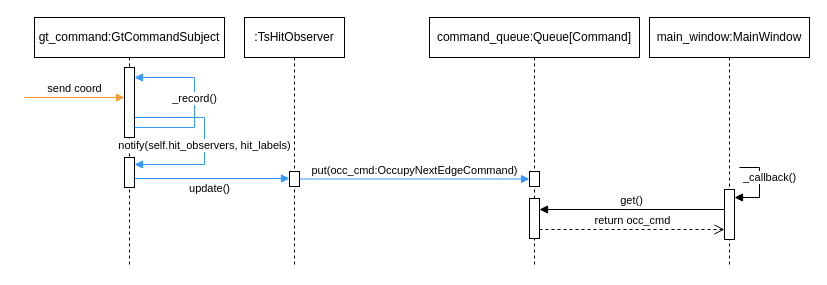
pascalreiss/draw_io_stuff keeps this draw.io diagram as procedural/trainswitch_hit.drawio. Above is the earlier version. Source tidied: cells renumbered, new cells numbered last; positions are measured from the earlier drawing's top-left corner, leaving out a move shared by most shapes. Both pictures are drawn from the tidied source at 100%, with x=0, y=0 at pixel (24, 17).
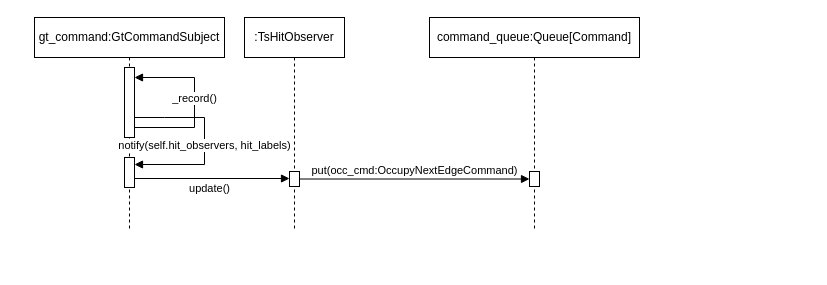
The same page after the edit.

Unchanged cells that the change refers to:
```xml
<mxCell id="3" style="html=1;points=[[0,0,0,0,5],[0,1,0,0,-5],[1,0,0,0,5],[1,1,0,0,-5]];perimeter=orthogonalPerimeter;outlineConnect=0;targetShapes=umlLifeline;portConstraint=eastwest;newEdgeStyle={&quot;curved&quot;:0,&quot;rounded&quot;:0};" parent="2" vertex="1">
  <mxGeometry x="90" y="50" width="10" height="70" as="geometry" />
</mxCell>
<mxCell id="8" style="html=1;points=[[0,0,0,0,5],[0,1,0,0,-5],[1,0,0,0,5],[1,1,0,0,-5]];perimeter=orthogonalPerimeter;outlineConnect=0;targetShapes=umlLifeline;portConstraint=eastwest;newEdgeStyle={&quot;curved&quot;:0,&quot;rounded&quot;:0};" parent="7" vertex="1">
  <mxGeometry x="45" y="154" width="10" height="15" as="geometry" />
</mxCell>
<mxCell id="11" style="html=1;points=[[0,0,0,0,5],[0,1,0,0,-5],[1,0,0,0,5],[1,1,0,0,-5]];perimeter=orthogonalPerimeter;outlineConnect=0;targetShapes=umlLifeline;portConstraint=eastwest;newEdgeStyle={&quot;curved&quot;:0,&quot;rounded&quot;:0};" parent="10" vertex="1">
  <mxGeometry x="100" y="154" width="10" height="15" as="geometry" />
</mxCell>
```

The edit, as a diff of the source:
```diff
@@
     <mxCell id="2" value="gt_command:GtCommandSubject" style="shape=umlLifeline;perimeter=lifelinePerimeter;whiteSpace=wrap;html=1;newEdgeStyle={&quot;curved&quot;:0,&quot;rounded&quot;:0};" parent="1" vertex="1">
-      <mxGeometry x="10" width="190" height="250" as="geometry" />
+      <mxGeometry x="10" width="190" height="212" as="geometry" />
     </mxCell>
@@
-    <mxCell id="4" value="_record()" style="html=1;verticalAlign=bottom;endArrow=block;curved=0;rounded=0;strokeColor=#3399FF;" parent="2" edge="1" source="3" target="3">
+    <mxCell id="4" value="_record()" style="html=1;verticalAlign=bottom;endArrow=block;curved=0;rounded=0;strokeColor=#000000;" parent="2" edge="1" source="3" target="3">
       <mxGeometry x="-0.06" relative="1" as="geometry">
         <Array as="points">
           <mxPoint x="160" y="110" />
           <mxPoint x="160" y="60" />
         </Array>
       </mxGeometry>
     </mxCell>
@@
-    <mxCell id="6" value="notify(self.hit_observers, hit_labels)" style="html=1;verticalAlign=bottom;endArrow=block;curved=0;rounded=0;strokeColor=#3399FF;" parent="2" edge="1" source="3">
+    <mxCell id="6" value="notify(self.hit_observers, hit_labels)" style="html=1;verticalAlign=bottom;endArrow=block;curved=0;rounded=0;strokeColor=#000000;" parent="2" edge="1" source="3">
       <mxGeometry x="0.14" relative="1" as="geometry">
         <mxPoint x="100" y="147" as="targetPoint" />
         <Array as="points">
           <mxPoint x="130" y="100" />
           <mxPoint x="170" y="100" />
           <mxPoint x="170" y="147" />
         </Array>
       </mxGeometry>
     </mxCell>
     <mxCell id="7" value=":TsHitObserver" style="shape=umlLifeline;whiteSpace=wrap;html=1;newEdgeStyle={&quot;curved&quot;:0,&quot;rounded&quot;:0};perimeter=rectanglePerimeter;targetShapes=umlLifeline;participant=label;" parent="1" vertex="1">
-      <mxGeometry x="220" width="100" height="250" as="geometry" />
+      <mxGeometry x="220" width="100" height="212" as="geometry" />
     </mxCell>
@@
-    <mxCell id="9" value="update()" style="html=1;verticalAlign=bottom;endArrow=block;curved=0;rounded=0;strokeColor=#3399FF;" parent="1" edge="1" target="8">
+    <mxCell id="9" value="update()" style="html=1;verticalAlign=bottom;endArrow=block;curved=0;rounded=0;strokeColor=#000000;" parent="1" edge="1" target="8">
       <mxGeometry x="-0.03" y="-19" relative="1" as="geometry">
         <mxPoint x="110" y="161" as="sourcePoint" />
       </mxGeometry>
     </mxCell>
     <mxCell id="10" value="command_queue:Queue[Command]" style="shape=umlLifeline;perimeter=lifelinePerimeter;whiteSpace=wrap;html=1;newEdgeStyle={&quot;curved&quot;:0,&quot;rounded&quot;:0};" parent="1" vertex="1">
-      <mxGeometry x="405" width="210" height="250" as="geometry" />
+      <mxGeometry x="405" width="210" height="212" as="geometry" />
     </mxCell>
@@
-    <mxCell id="12" value="put(occ_cmd:OccupyNextEdgeCommand)" style="html=1;verticalAlign=bottom;endArrow=block;curved=0;rounded=0;strokeColor=#3399FF;" parent="1" edge="1" source="8" target="11">
+    <mxCell id="12" value="put(occ_cmd:OccupyNextEdgeCommand)" style="html=1;verticalAlign=bottom;endArrow=block;curved=0;rounded=0;strokeColor=#000000;" parent="1" edge="1" source="8" target="11">
       <mxGeometry relative="1" as="geometry" />
     </mxCell>
-    <mxCell id="13" value="send coord" style="html=1;verticalAlign=bottom;endArrow=block;curved=0;rounded=0;strokeColor=#FF9933;" parent="1" edge="1" target="3">
-      <mxGeometry relative="1" as="geometry">
-        <mxPoint y="80" as="sourcePoint" />
-      </mxGeometry>
-    </mxCell>
-    <mxCell id="14" value="main_window:MainWindow" style="shape=umlLifeline;perimeter=lifelinePerimeter;whiteSpace=wrap;html=1;newEdgeStyle={&quot;curved&quot;:0,&quot;rounded&quot;:0};" parent="1" vertex="1">
-      <mxGeometry x="625" width="160" height="250" as="geometry" />
-    </mxCell>
-    <mxCell id="15" style="html=1;points=[[0,0,0,0,5],[0,1,0,0,-5],[1,0,0,0,5],[1,1,0,0,-5]];perimeter=orthogonalPerimeter;outlineConnect=0;targetShapes=umlLifeline;portConstraint=eastwest;newEdgeStyle={&quot;curved&quot;:0,&quot;rounded&quot;:0};" parent="14" vertex="1">
-      <mxGeometry x="-120" y="181" width="10" height="40" as="geometry" />
-    </mxCell>
-    <mxCell id="16" style="html=1;points=[[0,0,0,0,5],[0,1,0,0,-5],[1,0,0,0,5],[1,1,0,0,-5]];perimeter=orthogonalPerimeter;outlineConnect=0;targetShapes=umlLifeline;portConstraint=eastwest;newEdgeStyle={&quot;curved&quot;:0,&quot;rounded&quot;:0};" parent="14" vertex="1">
-      <mxGeometry x="75" y="172" width="10" height="50" as="geometry" />
-    </mxCell>
-    <mxCell id="17" value="get()" style="html=1;verticalAlign=bottom;endArrow=block;curved=0;rounded=0;" parent="14" edge="1" source="16" target="15">
-      <mxGeometry relative="1" as="geometry">
-        <Array as="points">
-          <mxPoint x="-20" y="192" />
-        </Array>
-      </mxGeometry>
-    </mxCell>
-    <mxCell id="18" value="return occ_cmd" style="html=1;verticalAlign=bottom;endArrow=open;dashed=1;endSize=8;curved=0;rounded=0;" parent="14" edge="1" source="15" target="16">
-      <mxGeometry relative="1" as="geometry">
-        <Array as="points">
-          <mxPoint x="-20" y="212" />
-        </Array>
-      </mxGeometry>
-    </mxCell>
-    <mxCell id="19" value="_callback()" style="html=1;align=left;spacingLeft=2;endArrow=block;rounded=0;edgeStyle=orthogonalEdgeStyle;curved=0;rounded=0;" parent="14" edge="1">
-      <mxGeometry x="-1" y="-10" relative="1" as="geometry">
-        <mxPoint x="90" y="150" as="sourcePoint" />
-        <mxPoint x="85" y="180" as="targetPoint" />
-        <Array as="points">
-          <mxPoint x="90" y="150" />
-          <mxPoint x="110" y="150" />
-          <mxPoint x="110" y="180" />
-        </Array>
-      </mxGeometry>
-    </mxCell>
```
